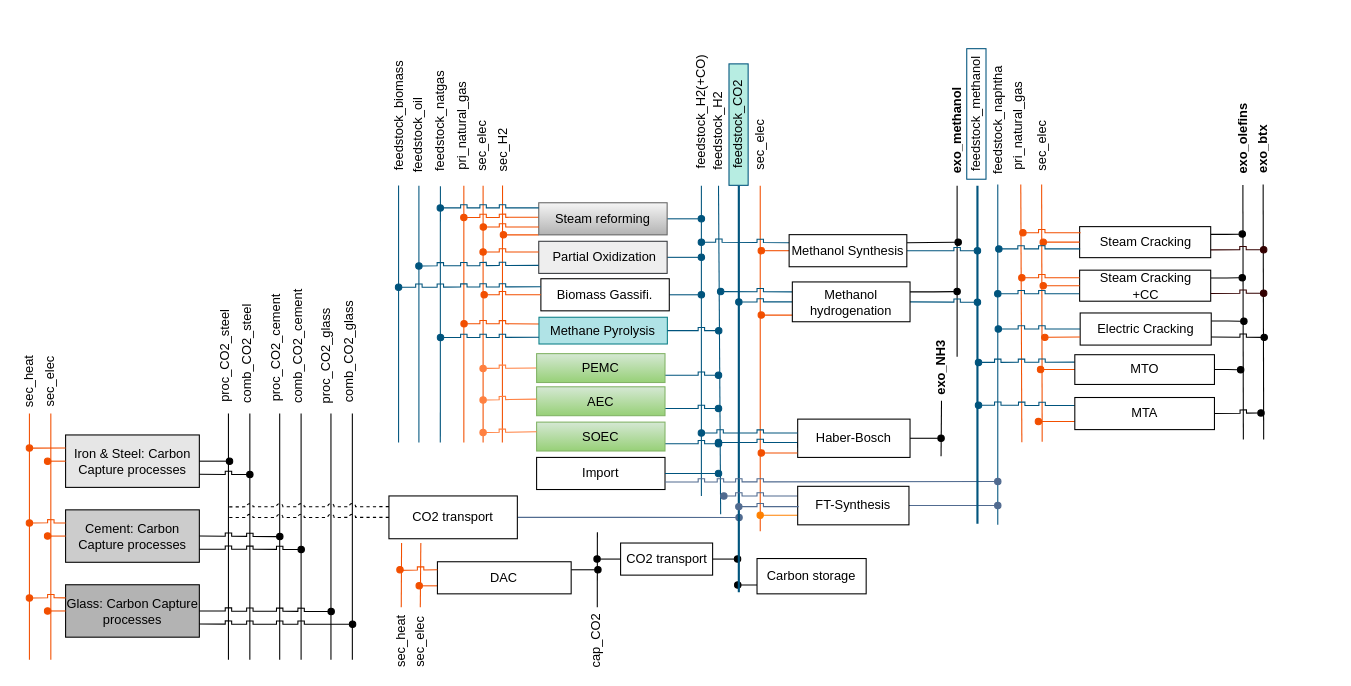
Above: page "phD_CO2_Chemi_TAM_new_v05" (1 of 2) of PhD_circularities.drawio in anik-ier/TAM_Industry_RES (draw.io), before the change. Source tidied: cells renumbered, new cells numbered last; positions are measured from the earlier drawing's top-left corner, leaving out a move shared by most shapes. Both pictures are drawn from the tidied source at 107%, with x=0, y=0 at pixel (3, 18).
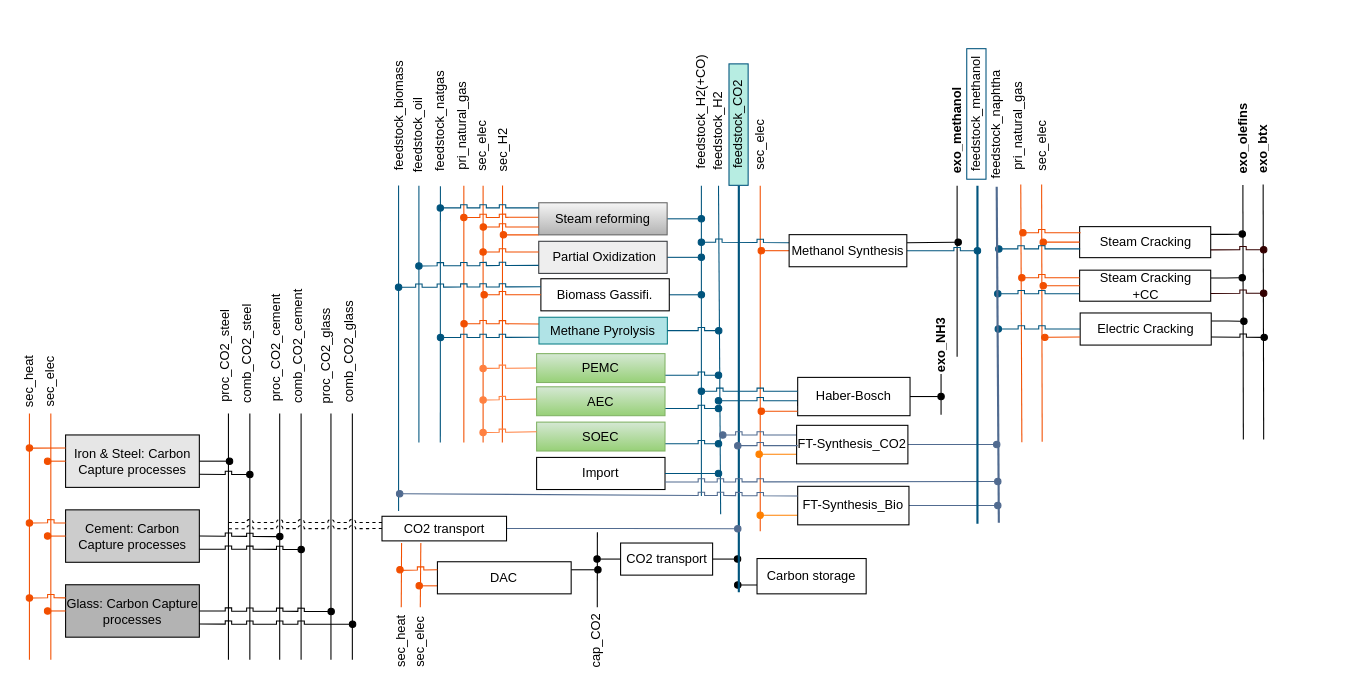
The same page after the edit.

Unchanged cells that the change refers to:
```xml
<mxCell id="20" value="feedstock_biomass" style="text;strokeColor=none;fillColor=none;align=center;verticalAlign=middle;rounded=0;rotation=270;fontFamily=Helvetica;whiteSpace=wrap;html=1;" parent="2" vertex="1">
  <mxGeometry x="300" y="76" width="138" height="29.4" as="geometry" />
</mxCell>
<mxCell id="64" style="group;" parent="63" vertex="1">
  <mxGeometry y="2" width="216.7" height="218.4" as="geometry" />
</mxCell>
<mxCell id="90" style="group;" parent="89" vertex="1">
  <mxGeometry x="914" y="45" width="328" height="392" as="geometry" />
</mxCell>
```

Change to the diagram source:
```diff
@@
     <mxCell id="3" style="endArrow=none;rounded=0;strokeColor=#00547D;strokeWidth=1;endSize=6;exitX=0.027;exitY=0.5;exitDx=0;exitDy=0;exitPerimeter=0;fontFamily=Helvetica;html=1;" parent="2" edge="1" source="20">
       <mxGeometry relative="1" as="geometry">
-        <mxPoint x="369" y="396" as="targetPoint" />
+        <mxPoint x="369" y="460" as="targetPoint" />
       </mxGeometry>
     </mxCell>
@@
     <mxCell id="63" style="group;" parent="59" vertex="1">
-      <mxGeometry x="670" y="306" width="216.7" height="220.5" as="geometry" />
+      <mxGeometry x="670" y="267" width="216.7" height="220.5" as="geometry" />
     </mxCell>
@@
     <mxCell id="68" style="endArrow=none;html=1;rounded=0;" parent="64" edge="1">
       <mxGeometry relative="1" as="geometry">
         <mxPoint x="206" y="101" as="sourcePoint" />
-        <mxPoint x="206.4" y="49" as="targetPoint" />
+        <mxPoint x="206" y="63" as="targetPoint" />
       </mxGeometry>
     </mxCell>
@@
     <mxCell id="71" value="exo_NH3" style="text;html=1;align=center;verticalAlign=middle;whiteSpace=wrap;rounded=0;rotation=270;fontStyle=1;flipH=0;direction=west;" parent="59" vertex="1">
-      <mxGeometry x="847" y="316" width="58.9" height="20.5" as="geometry" />
+      <mxGeometry x="846.8" y="295.2" width="58.9" height="20.5" as="geometry" />
     </mxCell>
@@
-    <mxCell id="81" parent="0" />
-    <mxCell id="82" style="group;" parent="81" vertex="1">
-      <mxGeometry x="670" y="246" width="255" height="37.2" as="geometry" />
-    </mxCell>
-    <mxCell id="83" style="edgeStyle=orthogonalEdgeStyle;rounded=0;jettySize=auto;html=1;exitX=0;exitY=0.25;exitDx=0;exitDy=0;endArrow=oval;endFill=1;jumpStyle=sharp;strokeColor=#00547D;" parent="82" edge="1" source="88">
-      <mxGeometry relative="1" as="geometry">
-        <mxPoint y="9" as="targetPoint" />
-      </mxGeometry>
-    </mxCell>
-    <mxCell id="84" style="edgeStyle=orthogonalEdgeStyle;rounded=0;jettySize=auto;html=1;exitX=0.003;exitY=0.833;exitDx=0;exitDy=0;endArrow=oval;endFill=1;strokeColor=#F24F00;exitPerimeter=0;" parent="82" edge="1" source="88">
-      <mxGeometry relative="1" as="geometry">
-        <mxPoint x="38" y="31" as="targetPoint" />
-      </mxGeometry>
-    </mxCell>
-    <mxCell id="85" style="edgeStyle=orthogonalEdgeStyle;rounded=0;jettySize=auto;html=1;exitX=1;exitY=0.25;exitDx=0;exitDy=0;endArrow=oval;endFill=1;" parent="82" edge="1" source="88">
-      <mxGeometry relative="1" as="geometry">
-        <mxPoint x="221" y="9" as="targetPoint" />
-      </mxGeometry>
-    </mxCell>
-    <mxCell id="86" style="edgeStyle=orthogonalEdgeStyle;rounded=0;jettySize=auto;html=1;exitX=1;exitY=0.5;exitDx=0;exitDy=0;endArrow=oval;endFill=1;jumpStyle=sharp;strokeColor=#00547D;" parent="82" edge="1" source="88">
-      <mxGeometry relative="1" as="geometry">
-        <mxPoint x="240" y="19" as="targetPoint" />
-      </mxGeometry>
-    </mxCell>
-    <mxCell id="87" style="edgeStyle=orthogonalEdgeStyle;rounded=0;jettySize=auto;html=1;exitX=0;exitY=0.5;exitDx=0;exitDy=0;endArrow=oval;endFill=1;strokeColor=#00547D;jumpStyle=sharp;" parent="82" edge="1" source="88">
-      <mxGeometry relative="1" as="geometry">
-        <mxPoint x="17" y="18.7" as="targetPoint" />
-      </mxGeometry>
-    </mxCell>
-    <mxCell id="88" value="Methanol hydrogenation" style="rounded=0;whiteSpace=wrap;html=1;" parent="82" vertex="1">
-      <mxGeometry x="67" width="110" height="37.2" as="geometry" />
-    </mxCell>
@@
-    <mxCell id="100" style="group;" parent="90" vertex="1">
-      <mxGeometry width="30" height="348.3" as="geometry" />
-    </mxCell>
-    <mxCell id="101" style="endArrow=none;html=1;rounded=0;strokeColor=#00547D;" parent="100" edge="1">
-      <mxGeometry relative="1" as="geometry">
-        <mxPoint x="15" y="428" as="sourcePoint" />
-        <mxPoint x="15" y="110" as="targetPoint" />
-      </mxGeometry>
-    </mxCell>
-    <mxCell id="102" value="feedstock_naphtha" style="text;html=1;strokeColor=none;fillColor=none;align=center;verticalAlign=middle;whiteSpace=wrap;rounded=0;rotation=270;" parent="100" vertex="1">
-      <mxGeometry x="-38.1" y="35" width="106.2" height="30" as="geometry" />
-    </mxCell>
@@
-    <mxCell id="124" parent="0" />
-    <mxCell id="125" style="group;" parent="124" vertex="1">
-      <mxGeometry x="911" y="314" width="267" height="70" as="geometry" />
-    </mxCell>
-    <mxCell id="126" style="edgeStyle=elbowEdgeStyle;rounded=0;jettySize=auto;html=1;exitX=1;exitY=0.5;exitDx=0;exitDy=0;endArrow=oval;endFill=1;" parent="125" edge="1" source="130">
-      <mxGeometry relative="1" as="geometry">
-        <mxPoint x="245" y="14" as="targetPoint" />
-      </mxGeometry>
-    </mxCell>
-    <mxCell id="127" style="group;" parent="125" vertex="1">
-      <mxGeometry width="267" height="70" as="geometry" />
-    </mxCell>
-    <mxCell id="128" style="edgeStyle=elbowEdgeStyle;rounded=0;jettySize=auto;html=1;exitX=0;exitY=0.5;exitDx=0;exitDy=0;endArrow=oval;endFill=1;strokeColor=#F24F00;" parent="127" edge="1" source="130">
-      <mxGeometry relative="1" as="geometry">
-        <mxPoint x="58" y="13.9" as="targetPoint" />
-        <Array as="points">
-          <mxPoint x="119.5" y="50" />
-        </Array>
-      </mxGeometry>
-    </mxCell>
-    <mxCell id="129" style="edgeStyle=elbowEdgeStyle;rounded=0;jettySize=auto;html=1;exitX=0;exitY=0.25;exitDx=0;exitDy=0;endArrow=oval;endFill=1;jumpStyle=sharp;strokeColor=#00547D;" parent="127" edge="1" source="130">
-      <mxGeometry relative="1" as="geometry">
-        <mxPoint y="7.2" as="targetPoint" />
-      </mxGeometry>
-    </mxCell>
-    <mxCell id="130" value="MTO" style="rounded=0;whiteSpace=wrap;html=1;" parent="127" vertex="1">
-      <mxGeometry x="90" width="130.5" height="27.8" as="geometry" />
-    </mxCell>
-    <mxCell id="131" style="group;" parent="127" vertex="1">
-      <mxGeometry y="40" width="267" height="30" as="geometry" />
-    </mxCell>
-    <mxCell id="132" style="edgeStyle=orthogonalEdgeStyle;rounded=0;jettySize=auto;html=1;exitX=1;exitY=0.5;exitDx=0;exitDy=0;endArrow=oval;endFill=1;jumpStyle=sharp;" parent="131" edge="1" source="135">
-      <mxGeometry relative="1" as="geometry">
-        <mxPoint x="264" y="14.4" as="targetPoint" />
-      </mxGeometry>
-    </mxCell>
-    <mxCell id="133" style="edgeStyle=orthogonalEdgeStyle;rounded=0;jettySize=auto;html=1;exitX=0;exitY=0.25;exitDx=0;exitDy=0;endArrow=oval;endFill=1;jumpStyle=sharp;strokeColor=#00547D;" parent="131" edge="1" source="135">
-      <mxGeometry relative="1" as="geometry">
-        <mxPoint y="7.2" as="targetPoint" />
-      </mxGeometry>
-    </mxCell>
-    <mxCell id="134" style="edgeStyle=orthogonalEdgeStyle;rounded=0;jettySize=auto;html=1;exitX=0;exitY=0.75;exitDx=0;exitDy=0;endArrow=oval;endFill=1;strokeColor=#F24F00;" parent="131" edge="1" source="135">
-      <mxGeometry relative="1" as="geometry">
-        <mxPoint x="56" y="22" as="targetPoint" />
-      </mxGeometry>
-    </mxCell>
-    <mxCell id="135" value="MTA" style="rounded=0;whiteSpace=wrap;html=1;" parent="131" vertex="1">
-      <mxGeometry x="90" width="130.5" height="30" as="geometry" />
-    </mxCell>
@@
+    <mxCell id="193" style="endArrow=none;html=1;rounded=0;strokeColor=#00547D;strokeWidth=2;" parent="154" edge="1">
+      <mxGeometry relative="1" as="geometry">
+        <mxPoint x="687" y="536" as="sourcePoint" />
+        <mxPoint x="687" y="156" as="targetPoint" />
+      </mxGeometry>
+    </mxCell>
+    <mxCell id="194" value="feedstock_CO2" style="text;html=1;align=center;verticalAlign=middle;whiteSpace=wrap;rounded=0;rotation=270;strokeColor=#00547D;fillColor=#B7EDE2;" parent="154" vertex="1">
+      <mxGeometry x="630" y="90" width="113.5" height="17.9" as="geometry" />
+    </mxCell>
+    <mxCell id="205" style="group;" parent="154" vertex="1">
+      <mxGeometry x="208" y="465" width="463" height="23" as="geometry" />
+    </mxCell>
-    <mxCell id="189" style="edgeStyle=orthogonalEdgeStyle;rounded=0;jettySize=auto;html=1;exitX=0;exitY=0.25;exitDx=0;exitDy=0;endArrow=none;startFill=0;dashed=1;jumpStyle=arc;" parent="154" edge="1" source="192">
+    <mxCell id="189" style="edgeStyle=orthogonalEdgeStyle;rounded=0;jettySize=auto;html=1;exitX=0;exitY=0.25;exitDx=0;exitDy=0;endArrow=none;startFill=0;dashed=1;jumpStyle=arc;" parent="205" edge="1" source="192">
       <mxGeometry relative="1" as="geometry">
-        <mxPoint x="210" y="456.2" as="targetPoint" />
+        <mxPoint y="5.8" as="targetPoint" />
       </mxGeometry>
     </mxCell>
-    <mxCell id="190" style="edgeStyle=orthogonalEdgeStyle;rounded=0;jettySize=auto;html=1;exitX=0;exitY=0.5;exitDx=0;exitDy=0;endArrow=none;startFill=0;dashed=1;jumpStyle=arc;" parent="154" edge="1" source="192">
+    <mxCell id="190" style="edgeStyle=orthogonalEdgeStyle;rounded=0;jettySize=auto;html=1;exitX=0;exitY=0.5;exitDx=0;exitDy=0;endArrow=none;startFill=0;dashed=1;jumpStyle=arc;" parent="205" edge="1" source="192">
       <mxGeometry relative="1" as="geometry">
-        <mxPoint x="210" y="466.2" as="targetPoint" />
+        <mxPoint y="11.6" as="targetPoint" />
       </mxGeometry>
     </mxCell>
-    <mxCell id="191" style="edgeStyle=orthogonalEdgeStyle;rounded=0;jettySize=auto;html=1;exitX=1;exitY=0.5;exitDx=0;exitDy=0;endArrow=oval;endFill=1;strokeColor=#516B90;" parent="154" edge="1" source="192">
+    <mxCell id="191" style="edgeStyle=orthogonalEdgeStyle;rounded=0;jettySize=auto;html=1;exitX=1;exitY=0.5;exitDx=0;exitDy=0;endArrow=oval;endFill=1;strokeColor=#516B90;" parent="205" edge="1" source="192">
       <mxGeometry relative="1" as="geometry">
-        <mxPoint x="687.2" y="466.2" as="targetPoint" />
+        <mxPoint x="478" y="11.6" as="targetPoint" />
       </mxGeometry>
     </mxCell>
-    <mxCell id="192" value="CO2 transport" style="rounded=0;whiteSpace=wrap;html=1;" parent="154" vertex="1">
-      <mxGeometry x="360" y="446" width="120" height="40" as="geometry" />
+    <mxCell id="192" value="CO2 transport" style="rounded=0;whiteSpace=wrap;html=1;" parent="205" vertex="1">
+      <mxGeometry x="145.5" width="116.4" height="23" as="geometry" />
     </mxCell>
-    <mxCell id="193" style="endArrow=none;html=1;rounded=0;strokeColor=#00547D;strokeWidth=2;" parent="154" edge="1">
-      <mxGeometry relative="1" as="geometry">
-        <mxPoint x="687" y="536" as="sourcePoint" />
-        <mxPoint x="687" y="156" as="targetPoint" />
-      </mxGeometry>
-    </mxCell>
-    <mxCell id="194" value="feedstock_CO2" style="text;html=1;align=center;verticalAlign=middle;whiteSpace=wrap;rounded=0;rotation=270;strokeColor=#00547D;fillColor=#B7EDE2;" parent="154" vertex="1">
-      <mxGeometry x="630" y="90" width="113.5" height="17.9" as="geometry" />
-    </mxCell>
@@
+    <mxCell id="206" style="group;" parent="195" vertex="1">
+      <mxGeometry x="673" y="437" width="256" height="36" as="geometry" />
+    </mxCell>
-    <mxCell id="197" style="edgeStyle=orthogonalEdgeStyle;rounded=0;jettySize=auto;html=1;exitX=1;exitY=0.5;exitDx=0;exitDy=0;endArrow=oval;endFill=1;strokeColor=#516B90;" parent="195" edge="1" source="200">
+    <mxCell id="197" style="edgeStyle=orthogonalEdgeStyle;rounded=0;jettySize=auto;html=1;exitX=1;exitY=0.5;exitDx=0;exitDy=0;endArrow=oval;endFill=1;strokeColor=#516B90;" parent="206" edge="1" source="200">
       <mxGeometry relative="1" as="geometry">
-        <mxPoint x="929" y="455" as="targetPoint" />
+        <mxPoint x="256" y="18" as="targetPoint" />
       </mxGeometry>
     </mxCell>
-    <mxCell id="198" style="edgeStyle=orthogonalEdgeStyle;rounded=0;jettySize=auto;html=1;exitX=0;exitY=0.25;exitDx=0;exitDy=0;endArrow=oval;endFill=1;jumpStyle=sharp;strokeColor=#516B90;" parent="195" edge="1" source="200">
-      <mxGeometry relative="1" as="geometry">
-        <mxPoint x="673" y="446" as="targetPoint" />
-      </mxGeometry>
-    </mxCell>
-    <mxCell id="199" style="edgeStyle=orthogonalEdgeStyle;rounded=0;jettySize=auto;html=1;exitX=0;exitY=0.75;exitDx=0;exitDy=0;endArrow=oval;endFill=1;strokeColor=#FF8000;" parent="195" edge="1" source="200">
+    <mxCell id="199" style="edgeStyle=orthogonalEdgeStyle;rounded=0;jettySize=auto;html=1;exitX=0;exitY=0.75;exitDx=0;exitDy=0;endArrow=oval;endFill=1;strokeColor=#FF8000;" parent="206" edge="1" source="200">
       <mxGeometry relative="1" as="geometry">
-        <mxPoint x="707" y="464" as="targetPoint" />
+        <mxPoint x="34" y="27" as="targetPoint" />
       </mxGeometry>
     </mxCell>
-    <mxCell id="200" value="FT-Synthesis" style="rounded=0;whiteSpace=wrap;html=1;" parent="195" vertex="1">
-      <mxGeometry x="742" y="437" width="104" height="36" as="geometry" />
+    <mxCell id="200" value="FT-Synthesis_Bio" style="rounded=0;whiteSpace=wrap;html=1;" parent="206" vertex="1">
+      <mxGeometry x="69" width="104" height="36" as="geometry" />
     </mxCell>
-    <mxCell id="201" style="edgeStyle=orthogonalEdgeStyle;rounded=0;orthogonalLoop=1;jettySize=auto;html=1;endArrow=oval;endFill=1;jumpStyle=sharp;strokeColor=#516B90;" parent="195" edge="1">
-      <mxGeometry relative="1" as="geometry">
-        <mxPoint x="743" y="456" as="sourcePoint" />
-        <mxPoint x="687" y="456" as="targetPoint" />
-      </mxGeometry>
-    </mxCell>
+    <mxCell id="207" style="endArrow=oval;html=1;rounded=0;exitX=0;exitY=0.25;exitDx=0;exitDy=0;endFill=1;strokeColor=#516B90;jumpStyle=sharp;" parent="195" edge="1" source="200">
+      <mxGeometry relative="1" as="geometry">
+        <mxPoint x="370" y="444" as="targetPoint" />
+      </mxGeometry>
+    </mxCell>
+    <mxCell id="208" style="group;" parent="195" vertex="1">
+      <mxGeometry x="672" y="380" width="256" height="36" as="geometry" />
+    </mxCell>
+    <mxCell id="209" style="edgeStyle=orthogonalEdgeStyle;rounded=0;jettySize=auto;html=1;exitX=1;exitY=0.5;exitDx=0;exitDy=0;endArrow=oval;endFill=1;strokeColor=#516B90;" parent="208" edge="1" source="212">
+      <mxGeometry relative="1" as="geometry">
+        <mxPoint x="256" y="18" as="targetPoint" />
+      </mxGeometry>
+    </mxCell>
+    <mxCell id="210" style="edgeStyle=orthogonalEdgeStyle;rounded=0;jettySize=auto;html=1;exitX=0;exitY=0.25;exitDx=0;exitDy=0;endArrow=oval;endFill=1;jumpStyle=sharp;strokeColor=#516B90;" parent="208" edge="1" source="212">
+      <mxGeometry relative="1" as="geometry">
+        <mxPoint y="9" as="targetPoint" />
+      </mxGeometry>
+    </mxCell>
+    <mxCell id="211" style="edgeStyle=orthogonalEdgeStyle;rounded=0;jettySize=auto;html=1;exitX=0;exitY=0.75;exitDx=0;exitDy=0;endArrow=oval;endFill=1;strokeColor=#FF8000;" parent="208" edge="1" source="212">
+      <mxGeometry relative="1" as="geometry">
+        <mxPoint x="34" y="27" as="targetPoint" />
+      </mxGeometry>
+    </mxCell>
+    <mxCell id="212" value="FT-Synthesis_CO2" style="rounded=0;whiteSpace=wrap;html=1;" parent="208" vertex="1">
+      <mxGeometry x="69" width="104" height="36" as="geometry" />
+    </mxCell>
+    <mxCell id="213" style="edgeStyle=orthogonalEdgeStyle;rounded=0;orthogonalLoop=1;jettySize=auto;html=1;endArrow=oval;endFill=1;jumpStyle=sharp;strokeColor=#516B90;" parent="208" edge="1">
+      <mxGeometry relative="1" as="geometry">
+        <mxPoint x="70" y="19" as="sourcePoint" />
+        <mxPoint x="14" y="19" as="targetPoint" />
+      </mxGeometry>
+    </mxCell>
+    <mxCell id="214" style="endArrow=none;html=1;rounded=0;strokeColor=#516B90;strokeWidth=2;" parent="195" edge="1">
+      <mxGeometry relative="1" as="geometry">
+        <mxPoint x="930" y="471" as="sourcePoint" />
+        <mxPoint x="928" y="157" as="targetPoint" />
+      </mxGeometry>
+    </mxCell>
+    <mxCell id="102" value="feedstock_naphtha" style="text;html=1;strokeColor=none;fillColor=none;align=center;verticalAlign=middle;whiteSpace=wrap;rounded=0;rotation=270;" parent="195" vertex="1">
+      <mxGeometry x="874.9" y="84.1" width="106.2" height="30" as="geometry" />
+    </mxCell>
```
